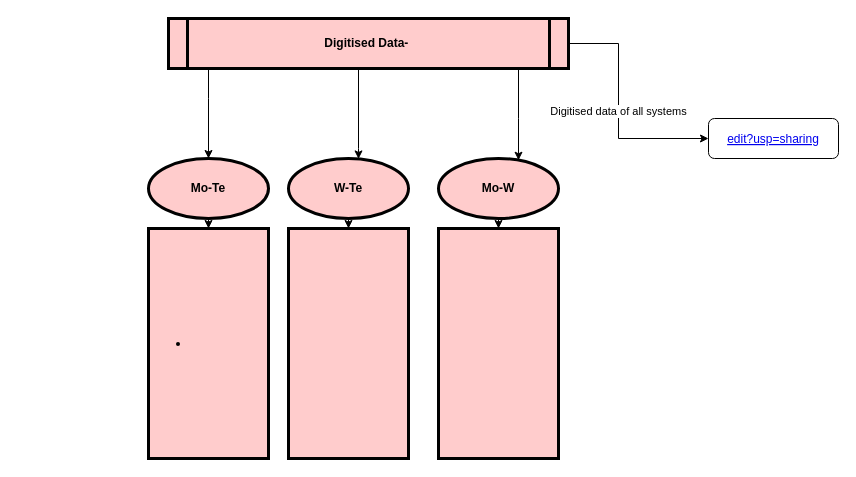
The draw.io diagram project workflow.drawio in Shreyamkmr/MTPgraphs, before the edit. Source tidied: cells renumbered, new cells numbered last; positions are measured from the earlier drawing's top-left corner, leaving out a move shared by most shapes. Both pictures are drawn from the tidied source at 100%, with x=0, y=0 at pixel (148, 18).
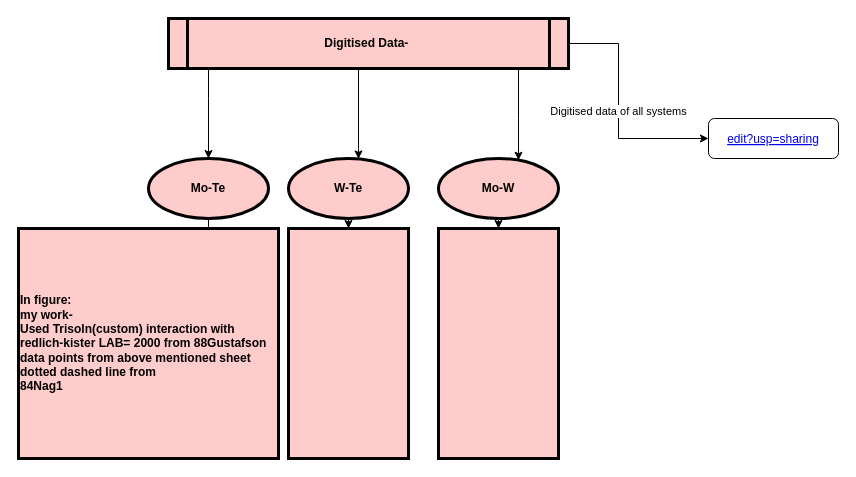
The same page after the edit.

The edit, as a diff of the source:
```diff
@@
-    <mxCell id="14" value="&lt;ul&gt;&lt;li&gt;&lt;br&gt;&lt;/li&gt;&lt;/ul&gt;" style="whiteSpace=wrap;html=1;fontStyle=1;strokeWidth=3;fillColor=#FFCCCC;align=left;" parent="1" vertex="1">
-      <mxGeometry y="210" width="120" height="230" as="geometry" />
+    <mxCell id="14" value="&lt;div&gt;In figure:&lt;/div&gt;&lt;div&gt;my work-&lt;/div&gt;&lt;div&gt;Used Trisoln(custom) interaction with redlich-kister L&lt;span&gt;AB= 2000 from 88Gustafson&lt;/span&gt;&lt;/div&gt;&lt;div&gt;&lt;span&gt;data points from above mentioned sheet&lt;/span&gt;&lt;/div&gt;&lt;div&gt;&lt;span&gt;dotted dashed line from&amp;nbsp;&lt;/span&gt;&lt;/div&gt;84Nag1" style="whiteSpace=wrap;html=1;fontStyle=1;strokeWidth=3;fillColor=#FFCCCC;align=left;" parent="1" vertex="1">
+      <mxGeometry x="-130" y="210" width="260" height="230" as="geometry" />
     </mxCell>
```
